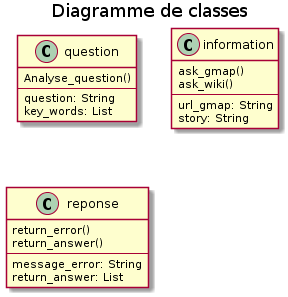
Before: doc/img/05_class.png, a diagram exported from PlantUML (Zepmanbc/oc_dapython_pr7).
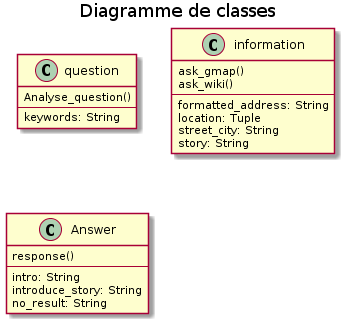
The same file after the commit.

What changed in the source:
```diff
@@ -4,24 +4,25 @@
 class question{
     Analyse_question()
     --
-    question: String
-    key_words: List
+    keywords: String
 }
 
 class information{
     ask_gmap()
     ask_wiki()
     --
-    url_gmap: String
+    formatted_address: String
+    location: Tuple
+    street_city: String
     story: String
 }
 
-class reponse{
-    return_error()
-    return_answer()
+class Answer{
+    response()
     --
-    message_error: String
-    return_answer: List
+    intro: String
+    introduce_story: String
+    no_result: String
 }
 
 
```
